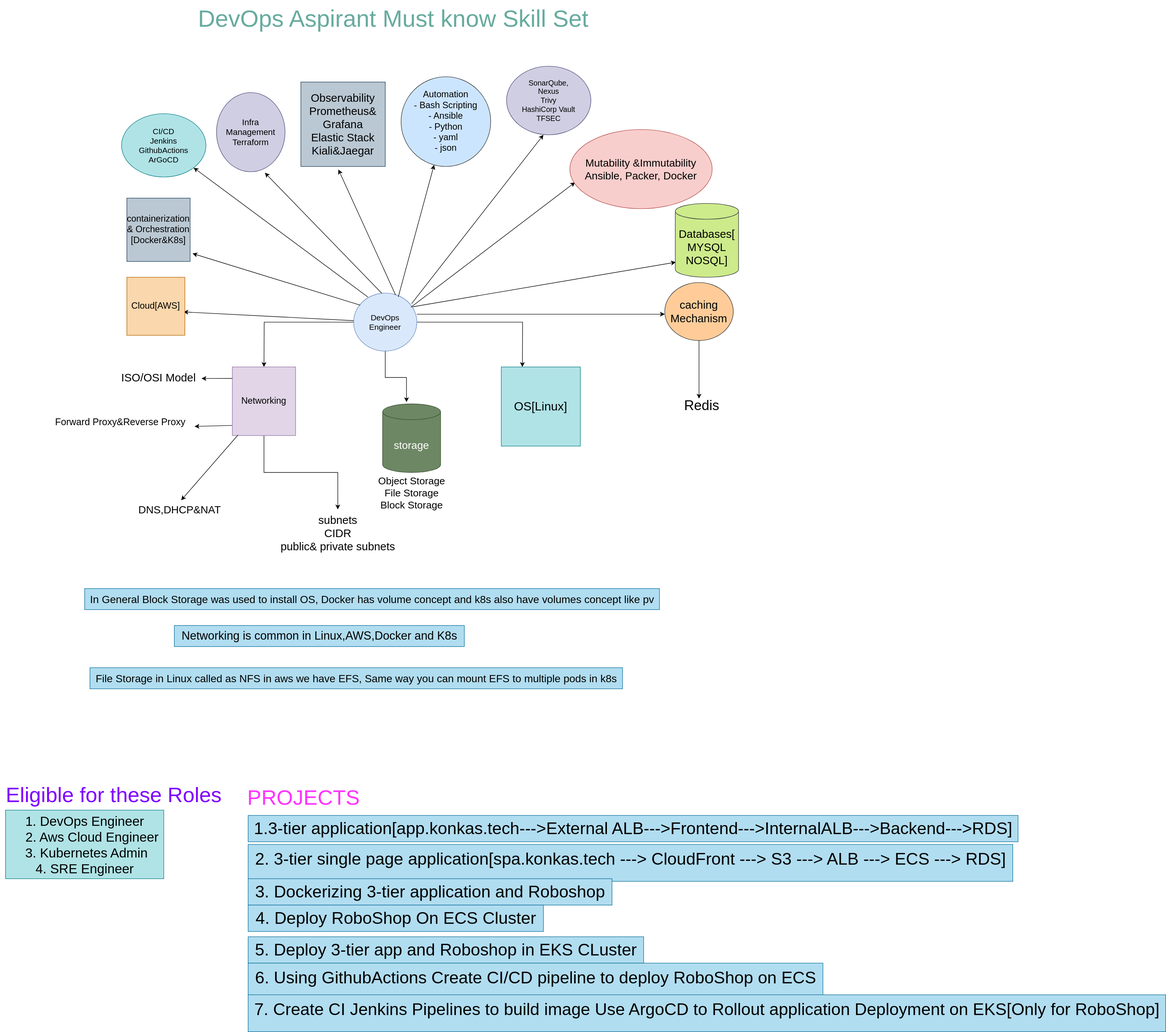
Before: devops-requirments.drawio.svg, a diagram exported from draw.io (ullagallu123/svg). Source tidied: cells renumbered, new cells last; positions are measured from the earlier drawing's top-left corner, leaving out a move shared by most shapes.
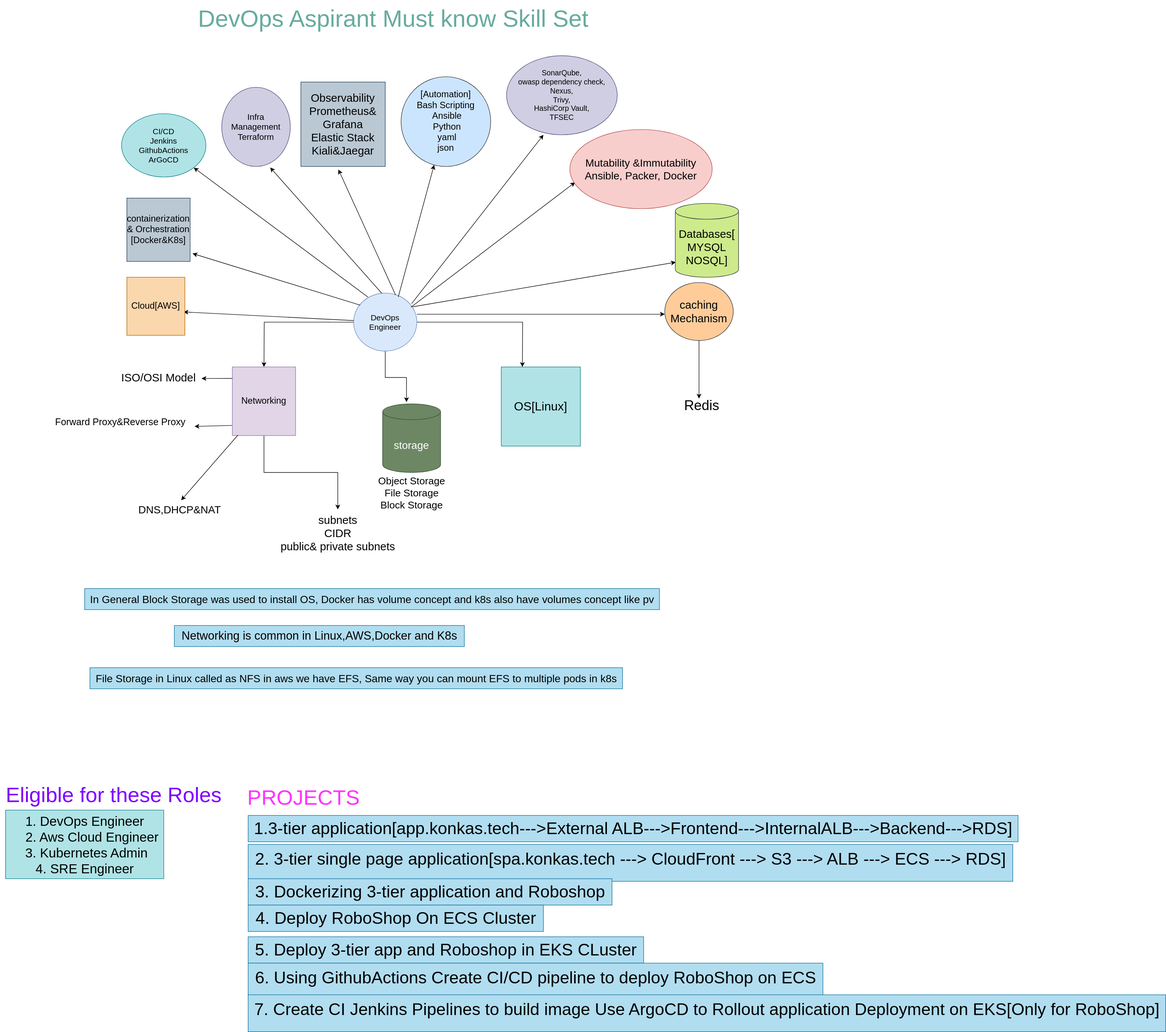
The same file after the commit.

Diff of the diagram source:
```diff
@@ -73,7 +73,7 @@
       <mxGeometry relative="1" as="geometry" />
     </mxCell>
     <mxCell id="24" value="&lt;font style=&quot;font-size: 16px;&quot;&gt;Infra Management&lt;/font&gt;&lt;div&gt;&lt;font style=&quot;font-size: 16px;&quot;&gt;Terraform&lt;/font&gt;&lt;/div&gt;" style="ellipse;whiteSpace=wrap;html=1;fillColor=#d0cee2;strokeColor=#56517e;" parent="1" vertex="1">
-      <mxGeometry x="410" y="175" width="130" height="150" as="geometry" />
+      <mxGeometry x="420" y="165" width="130" height="150" as="geometry" />
     </mxCell>
     <mxCell id="25" value="&lt;font style=&quot;font-size: 21px;&quot;&gt;Observability&lt;/font&gt;&lt;div&gt;&lt;font style=&quot;font-size: 21px;&quot;&gt;Prometheus&amp;amp;&lt;/font&gt;&lt;/div&gt;&lt;div&gt;&lt;font style=&quot;font-size: 21px;&quot;&gt;Grafana&lt;/font&gt;&lt;/div&gt;&lt;div&gt;&lt;font style=&quot;font-size: 21px;&quot;&gt;Elastic Stack&lt;/font&gt;&lt;/div&gt;&lt;div&gt;&lt;font style=&quot;font-size: 21px;&quot;&gt;Kiali&amp;amp;Jaegar&lt;/font&gt;&lt;/div&gt;" style="whiteSpace=wrap;html=1;fillColor=#bac8d3;strokeColor=#23445d;" parent="1" vertex="1">
       <mxGeometry x="570" y="155" width="160" height="160" as="geometry" />
@@ -84,7 +84,7 @@
     <mxCell id="27" style="endArrow=classic;html=1;rounded=0;exitX=0.706;exitY=0.066;exitDx=0;exitDy=0;exitPerimeter=0;flowAnimation=0;" parent="1" edge="1" source="5" target="28">
       <mxGeometry relative="1" as="geometry" />
     </mxCell>
-    <mxCell id="28" value="&lt;font style=&quot;font-size: 17px;&quot;&gt;Automation&lt;/font&gt;&lt;div&gt;&lt;font style=&quot;font-size: 17px;&quot;&gt;- Bash Scripting&lt;/font&gt;&lt;/div&gt;&lt;div&gt;&lt;font style=&quot;font-size: 17px;&quot;&gt;- Ansible&lt;/font&gt;&lt;/div&gt;&lt;div&gt;&lt;font style=&quot;font-size: 17px;&quot;&gt;- Python&lt;/font&gt;&lt;/div&gt;&lt;div&gt;&lt;font style=&quot;font-size: 17px;&quot;&gt;- yaml&lt;/font&gt;&lt;/div&gt;&lt;div&gt;&lt;font style=&quot;font-size: 17px;&quot;&gt;- json&lt;/font&gt;&lt;/div&gt;" style="ellipse;whiteSpace=wrap;html=1;fillColor=#cce5ff;strokeColor=#36393d;" parent="1" vertex="1">
+    <mxCell id="28" value="&lt;font style=&quot;font-size: 17px;&quot;&gt;[Automation]&lt;/font&gt;&lt;div&gt;&lt;font style=&quot;font-size: 17px;&quot;&gt;Bash Scripting&lt;/font&gt;&lt;/div&gt;&lt;div&gt;&lt;font style=&quot;font-size: 17px;&quot;&gt;&amp;nbsp;Ansible&lt;/font&gt;&lt;/div&gt;&lt;div&gt;&lt;font style=&quot;font-size: 17px;&quot;&gt;&amp;nbsp;Python&lt;/font&gt;&lt;/div&gt;&lt;div&gt;&lt;span style=&quot;font-size: 17px; background-color: initial;&quot;&gt;&amp;nbsp;yaml&lt;/span&gt;&lt;/div&gt;&lt;div&gt;&lt;font style=&quot;font-size: 17px;&quot;&gt;json&lt;/font&gt;&lt;/div&gt;" style="ellipse;whiteSpace=wrap;html=1;fillColor=#cce5ff;strokeColor=#36393d;" parent="1" vertex="1">
       <mxGeometry x="760" y="145" width="170" height="170" as="geometry" />
     </mxCell>
     <mxCell id="29" style="endArrow=classic;html=1;rounded=0;exitX=1;exitY=0;exitDx=0;exitDy=0;fontStyle=1;entryX=0.007;entryY=0.796;entryDx=0;entryDy=0;entryPerimeter=0;flowAnimation=0;" parent="1" edge="1" target="30">
@@ -141,8 +141,8 @@
         <mxPoint x="1030" y="255" as="targetPoint" />
       </mxGeometry>
     </mxCell>
-    <mxCell id="43" value="&lt;font style=&quot;font-size: 14px;&quot;&gt;SonarQube,&lt;/font&gt;&lt;div&gt;&lt;font style=&quot;font-size: 14px;&quot;&gt;Nexus&lt;/font&gt;&lt;/div&gt;&lt;div&gt;&lt;font style=&quot;font-size: 14px;&quot;&gt;Trivy&lt;/font&gt;&lt;div&gt;&lt;font style=&quot;font-size: 14px;&quot;&gt;HashiCorp Vault&lt;/font&gt;&lt;/div&gt;&lt;div&gt;&lt;font style=&quot;font-size: 14px;&quot;&gt;TFSEC&lt;/font&gt;&lt;/div&gt;&lt;/div&gt;" style="ellipse;whiteSpace=wrap;html=1;fillColor=#d0cee2;strokeColor=#56517e;" parent="1" vertex="1">
-      <mxGeometry x="960" y="125" width="160" height="130" as="geometry" />
+    <mxCell id="43" value="&lt;font style=&quot;font-size: 14px;&quot;&gt;SonarQube,&lt;/font&gt;&lt;div&gt;&lt;font style=&quot;font-size: 14px;&quot;&gt;owasp dependency check,&lt;/font&gt;&lt;div&gt;&lt;font style=&quot;font-size: 14px;&quot;&gt;Nexus,&lt;/font&gt;&lt;/div&gt;&lt;div&gt;&lt;font style=&quot;font-size: 14px;&quot;&gt;Trivy,&lt;/font&gt;&lt;div&gt;&lt;font style=&quot;font-size: 14px;&quot;&gt;HashiCorp Vault,&lt;/font&gt;&lt;/div&gt;&lt;div&gt;&lt;font style=&quot;font-size: 14px;&quot;&gt;TFSEC&lt;/font&gt;&lt;/div&gt;&lt;/div&gt;&lt;/div&gt;" style="ellipse;whiteSpace=wrap;html=1;fillColor=#d0cee2;strokeColor=#56517e;" parent="1" vertex="1">
+      <mxGeometry x="960" y="105" width="210" height="150" as="geometry" />
     </mxCell>
     <mxCell id="44" value="&lt;font style=&quot;font-size: 22px;&quot;&gt;Networking is common in Linux,AWS,Docker and K8s&lt;/font&gt;" style="text;html=1;align=center;verticalAlign=middle;strokeColor=#10739e;fillColor=#b1ddf0;" parent="1" vertex="1">
       <mxGeometry x="330" y="1185" width="550" height="40" as="geometry" />
```
